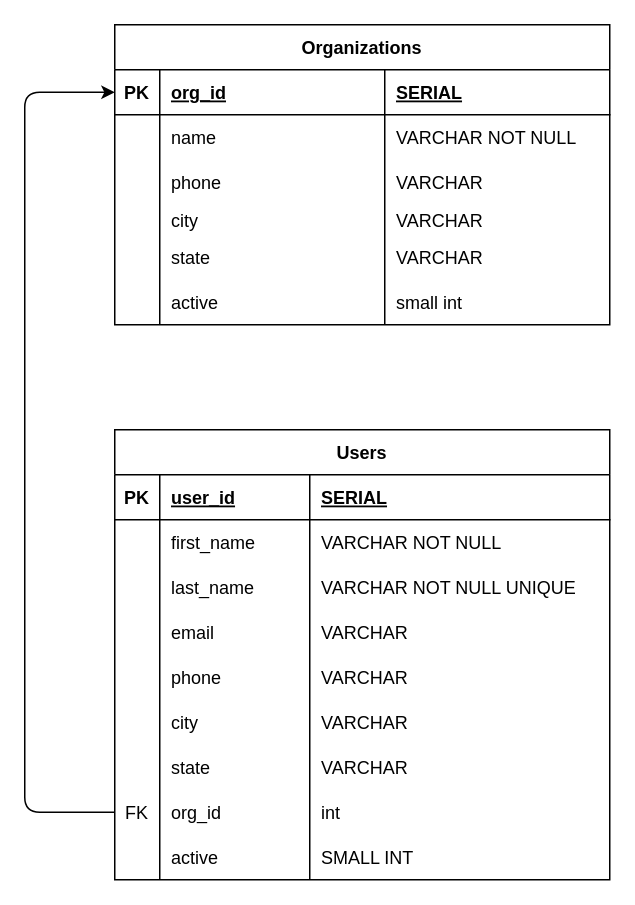
The draw.io diagram assignments/be-2-org-and-users/erd.drawio in James-Devpipline/BackEnd, before the edit. Source tidied: cells renumbered, new cells numbered last; positions are measured from the earlier drawing's top-left corner, leaving out a move shared by most shapes. Both pictures are drawn from the tidied source at 150%, with x=0, y=0 at pixel (24, 24).
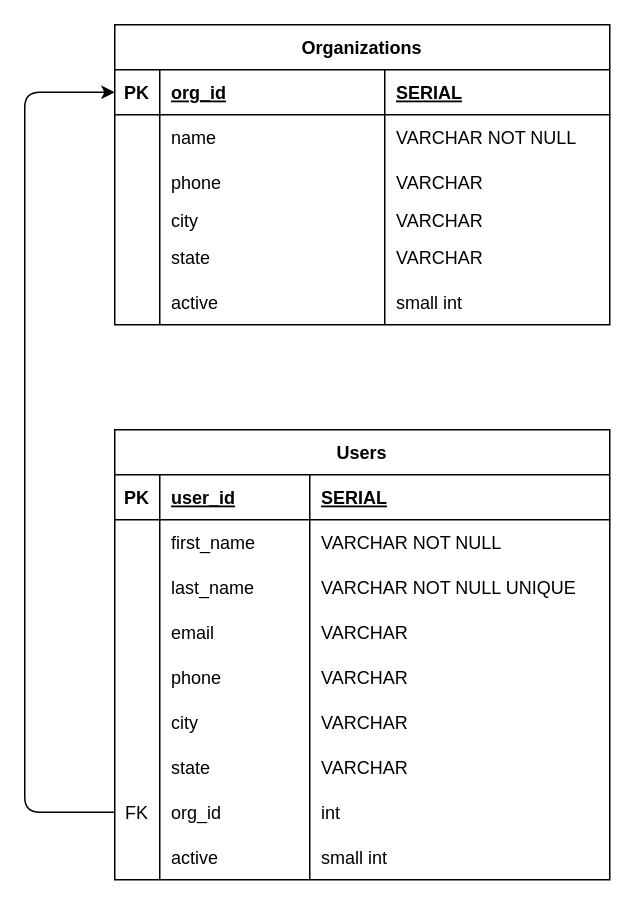
The same page after the edit.

Commit message (it also covers changes not shown here):
edits to spelling in erd

Unchanged cells that the change refers to:
```xml
<mxCell id="60" style="shape=tableRow;horizontal=0;startSize=0;swimlaneHead=0;swimlaneBody=0;fillColor=none;top=0;left=0;right=0;bottom=0;" parent="27" vertex="1">
  <mxGeometry y="270" width="330" height="30" as="geometry" />
</mxCell>
```

Diff of the diagram source:
```diff
@@
-    <mxCell id="63" value="SMALL INT" style="shape=partialRectangle;fillColor=none;top=0;left=0;bottom=0;right=0;align=left;spacingLeft=6;overflow=hidden;" parent="60" vertex="1">
+    <mxCell id="63" value="small int" style="shape=partialRectangle;fillColor=none;top=0;left=0;bottom=0;right=0;align=left;spacingLeft=6;overflow=hidden;" parent="60" vertex="1">
       <mxGeometry x="130" width="200" height="30" as="geometry" />
     </mxCell>
```
